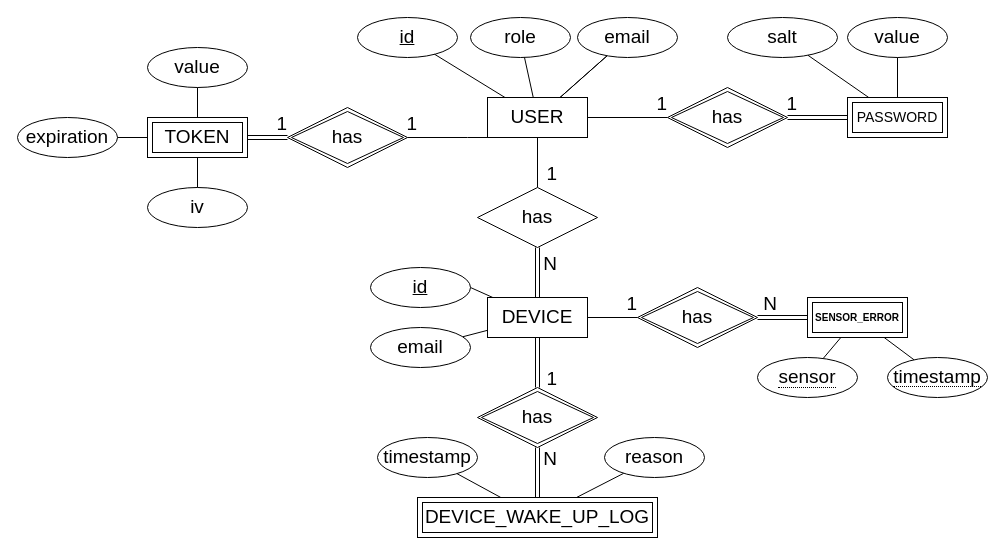
Earlier version of the draw.io diagram Documentation/Diagrams/PostgresDB-diagram.drawio (MiguelRocha2001/PS-Monitor-IoT-System). Source tidied: cells renumbered, new cells numbered last; positions are measured from the earlier drawing's top-left corner, leaving out a move shared by most shapes. Both pictures are drawn from the tidied source at 100%, with x=0, y=0 at pixel (17, 17).
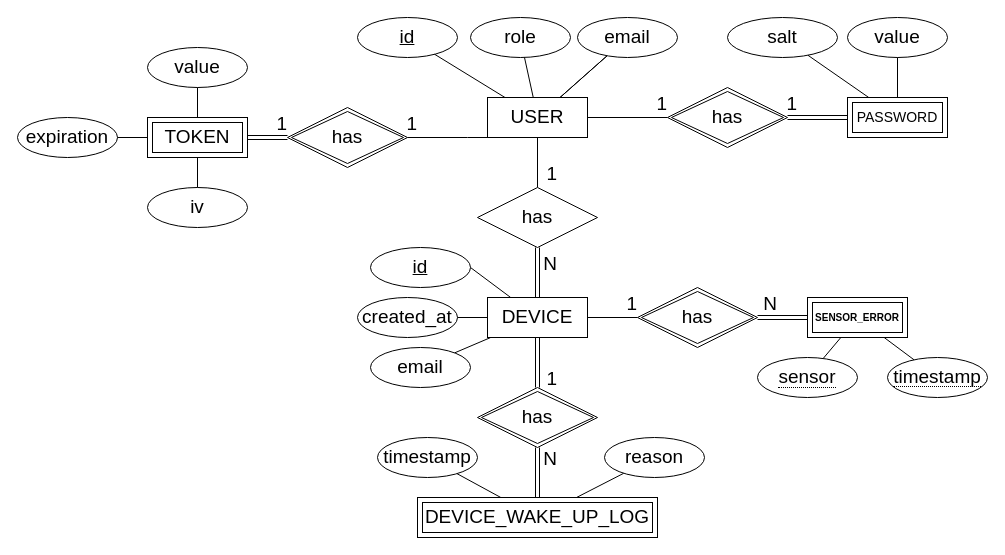
Above is the later version.

Unchanged cells that the change refers to:
```xml
<mxCell id="23" value="&lt;font style=&quot;font-size: 19px;&quot;&gt;DEVICE&lt;/font&gt;" style="whiteSpace=wrap;html=1;align=center;" parent="1" vertex="1">
  <mxGeometry x="470" y="280" width="100" height="40" as="geometry" />
</mxCell>
```

Change to the diagram source:
```diff
@@
     <mxCell id="4" value="&lt;font style=&quot;font-size: 19px;&quot;&gt;email&lt;/font&gt;" style="ellipse;whiteSpace=wrap;html=1;align=center;" parent="1" vertex="1">
-      <mxGeometry x="353" y="310" width="100" height="40" as="geometry" />
+      <mxGeometry x="353" y="330" width="100" height="40" as="geometry" />
     </mxCell>
@@
     <mxCell id="24" value="&lt;font style=&quot;font-size: 19px;&quot;&gt;id&lt;/font&gt;" style="ellipse;whiteSpace=wrap;html=1;align=center;fontStyle=4;" parent="1" vertex="1">
-      <mxGeometry x="353" y="250" width="100" height="40" as="geometry" />
+      <mxGeometry x="353" y="230" width="100" height="40" as="geometry" />
     </mxCell>
@@
+    <mxCell id="62" value="&lt;font style=&quot;font-size: 19px;&quot;&gt;created_at&lt;/font&gt;" style="ellipse;whiteSpace=wrap;html=1;align=center;fontStyle=0;" parent="1" vertex="1">
+      <mxGeometry x="340" y="280" width="100" height="40" as="geometry" />
+    </mxCell>
+    <mxCell id="63" style="endArrow=none;html=1;rounded=0;" parent="1" edge="1" source="62" target="23">
+      <mxGeometry relative="1" as="geometry" />
+    </mxCell>
```
